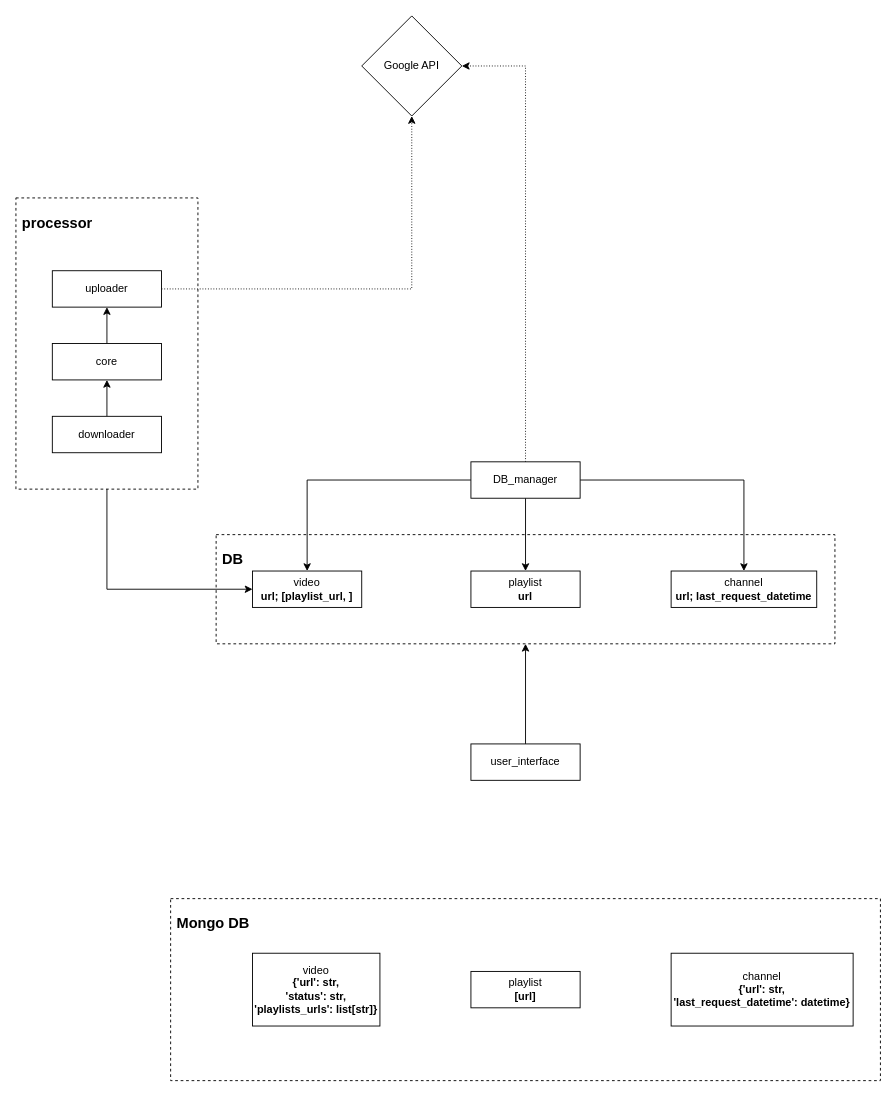
This is Untitled Diagram.drawio from Sinoosoida/PyCutBot, a draw.io file, before an edit. Source tidied: cells renumbered, new cells numbered last; positions are measured from the earlier drawing's top-left corner, leaving out a move shared by most shapes. Both pictures are drawn from the tidied source at 91%, with x=0, y=0 at pixel (15, 15).
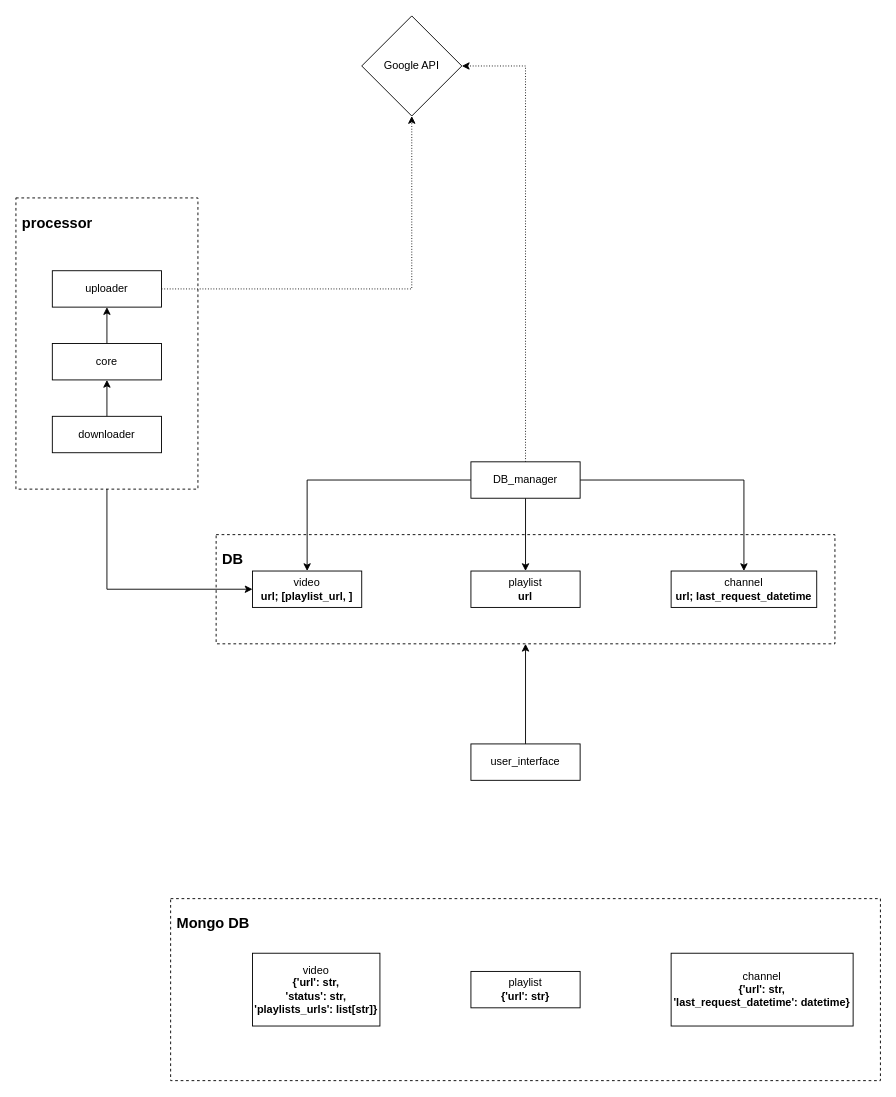
The same diagram, later.

The edit, as a diff of the source:
```diff
@@
-    <mxCell id="24" value="playlist&lt;br&gt;&lt;b&gt;[url]&lt;/b&gt;" style="rounded=0;whiteSpace=wrap;html=1;" parent="1" vertex="1">
+    <mxCell id="24" value="playlist&lt;br&gt;&lt;b&gt;{'url': str}&lt;/b&gt;" style="rounded=0;whiteSpace=wrap;html=1;" parent="1" vertex="1">
       <mxGeometry x="500" y="1050" width="120" height="40" as="geometry" />
     </mxCell>
```
